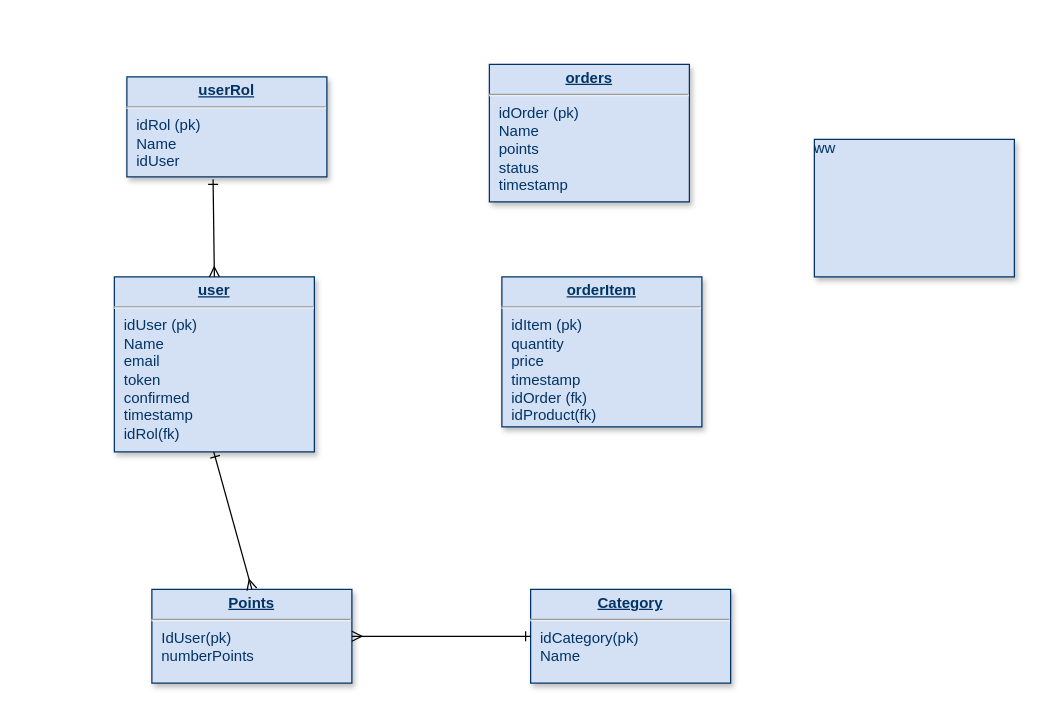
RmwormMichael/Patrones-de-dise-o keeps this draw.io diagram as Diagrama sin título.drawio. Above is the earlier version. Source tidied: cells renumbered, new cells numbered last; positions are measured from the earlier drawing's top-left corner, leaving out a move shared by most shapes. Both pictures are drawn from the tidied source at 125%, with x=0, y=0 at pixel (114, 64).
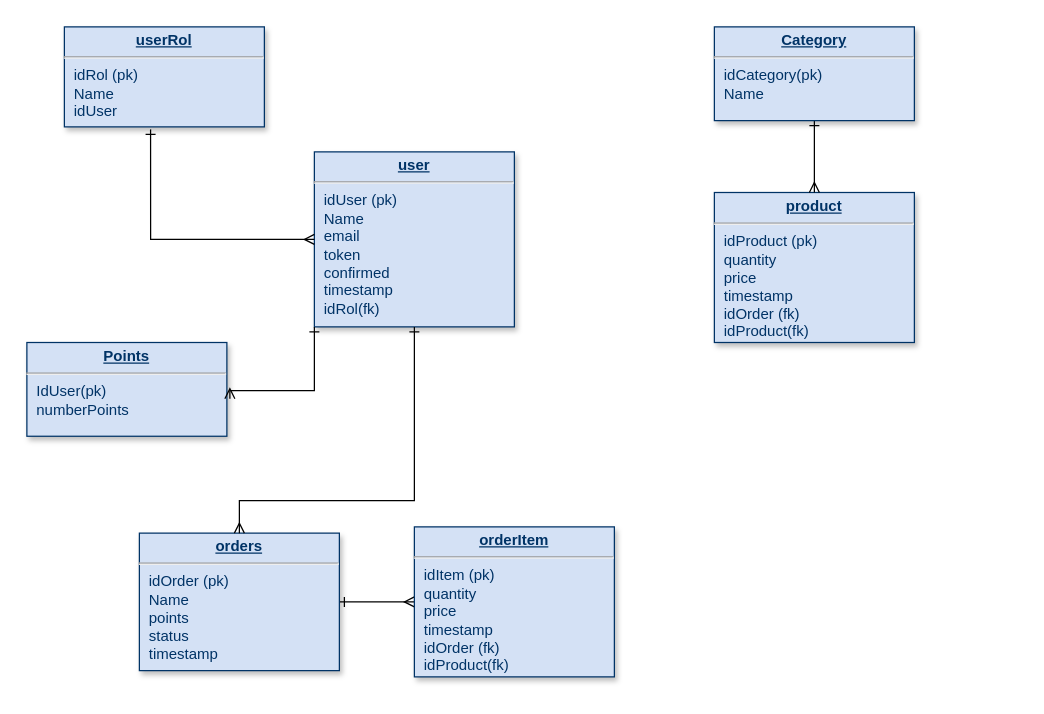
The same diagram, later.

The edit, as a diff of the source:
```diff
@@
 <mxGraphModel>
   <root>
     <mxCell id="0" />
     <mxCell id="1" parent="0" />
-    <mxCell id="2" value="&lt;p style=&quot;margin: 0px; margin-top: 4px; text-align: center; text-decoration: underline;&quot;&gt;&lt;strong&gt;Category&lt;/strong&gt;&lt;/p&gt;&lt;hr&gt;&lt;p style=&quot;margin: 0px; margin-left: 8px;&quot;&gt;idCategory&lt;span style=&quot;background-color: initial;&quot;&gt;(pk)&lt;/span&gt;&lt;/p&gt;&lt;p style=&quot;margin: 0px; margin-left: 8px;&quot;&gt;Name&lt;/p&gt;&lt;p style=&quot;margin: 0px; margin-left: 8px;&quot;&gt;&lt;br&gt;&lt;/p&gt;&lt;p style=&quot;margin: 0px; margin-left: 8px;&quot;&gt;&lt;br&gt;&lt;/p&gt;" style="verticalAlign=top;align=left;overflow=fill;fontSize=12;fontFamily=Helvetica;html=1;strokeColor=#003366;shadow=1;fillColor=#D4E1F5;fontColor=#003366;" parent="1" vertex="1">
-      <mxGeometry x="333" y="420" width="160" height="75" as="geometry" />
-    </mxCell>
     <mxCell id="3" value="&lt;p style=&quot;margin: 0px; margin-top: 4px; text-align: center; text-decoration: underline;&quot;&gt;&lt;b&gt;Points&lt;/b&gt;&lt;/p&gt;&lt;hr&gt;&lt;p style=&quot;margin: 0px; margin-left: 8px;&quot;&gt;IdUser&lt;span style=&quot;background-color: initial;&quot;&gt;(pk)&lt;/span&gt;&lt;/p&gt;&lt;p style=&quot;margin: 0px; margin-left: 8px;&quot;&gt;numberPoints&lt;/p&gt;&lt;p style=&quot;margin: 0px; margin-left: 8px;&quot;&gt;&lt;br&gt;&lt;/p&gt;" style="verticalAlign=top;align=left;overflow=fill;fontSize=12;fontFamily=Helvetica;html=1;strokeColor=#003366;shadow=1;fillColor=#D4E1F5;fontColor=#003366;" parent="1" vertex="1">
-      <mxGeometry x="30" y="420" width="160" height="75" as="geometry" />
+      <mxGeometry x="-70" y="222.5" width="160" height="75" as="geometry" />
     </mxCell>
-    <mxCell id="4" value="ww" style="verticalAlign=top;align=left;overflow=fill;fontSize=12;fontFamily=Helvetica;html=1;strokeColor=#003366;shadow=1;fillColor=#D4E1F5;fontColor=#003366;" parent="1" vertex="1">
-      <mxGeometry x="560" y="60" width="160" height="110" as="geometry" />
-    </mxCell>
-    <mxCell id="5" style="endArrow=ERone;html=1;rounded=0;entryX=0;entryY=0.5;entryDx=0;entryDy=0;exitX=1;exitY=0.5;exitDx=0;exitDy=0;startArrow=ERmany;startFill=0;endFill=0;strokeColor=default;" parent="1" edge="1" source="3" target="2">
+    <mxCell id="5" style="endArrow=ERone;html=1;rounded=0;exitX=0;exitY=0.5;exitDx=0;exitDy=0;startArrow=ERmany;startFill=0;endFill=0;strokeColor=default;entryX=1;entryY=0.5;entryDx=0;entryDy=0;" parent="1" edge="1" source="11" target="6">
       <mxGeometry relative="1" as="geometry" />
     </mxCell>
     <mxCell id="6" value="&lt;p style=&quot;margin: 0px; margin-top: 4px; text-align: center; text-decoration: underline;&quot;&gt;&lt;strong&gt;orders&lt;/strong&gt;&lt;/p&gt;&lt;hr&gt;&lt;p style=&quot;margin: 0px; margin-left: 8px;&quot;&gt;idOrder&amp;nbsp;&lt;span style=&quot;background-color: initial;&quot;&gt;(pk)&lt;/span&gt;&lt;/p&gt;&lt;p style=&quot;margin: 0px; margin-left: 8px;&quot;&gt;Name&lt;/p&gt;&lt;p style=&quot;margin: 0px; margin-left: 8px;&quot;&gt;points&lt;/p&gt;&lt;p style=&quot;margin: 0px; margin-left: 8px;&quot;&gt;status&lt;/p&gt;&lt;p style=&quot;margin: 0px; margin-left: 8px;&quot;&gt;timestamp&lt;/p&gt;&lt;p style=&quot;margin: 0px; margin-left: 8px;&quot;&gt;&lt;br&gt;&lt;/p&gt;" style="verticalAlign=top;align=left;overflow=fill;fontSize=12;fontFamily=Helvetica;html=1;strokeColor=#003366;shadow=1;fillColor=#D4E1F5;fontColor=#003366;" parent="1" vertex="1">
-      <mxGeometry x="300" width="160" height="110" as="geometry" />
+      <mxGeometry x="20" y="375" width="160" height="110" as="geometry" />
     </mxCell>
     <mxCell id="7" value="&lt;p style=&quot;margin: 0px; margin-top: 4px; text-align: center; text-decoration: underline;&quot;&gt;&lt;b&gt;userRol&lt;/b&gt;&lt;/p&gt;&lt;hr&gt;&lt;p style=&quot;margin: 0px; margin-left: 8px;&quot;&gt;idRol (pk)&lt;/p&gt;&lt;p style=&quot;margin: 0px; margin-left: 8px;&quot;&gt;Name&lt;/p&gt;&lt;p style=&quot;margin: 0px; margin-left: 8px;&quot;&gt;idUser&lt;/p&gt;&lt;p style=&quot;margin: 0px; margin-left: 8px;&quot;&gt;&lt;br&gt;&lt;/p&gt;&lt;p style=&quot;margin: 0px; margin-left: 8px;&quot;&gt;&lt;br&gt;&lt;/p&gt;" style="verticalAlign=top;align=left;overflow=fill;fontSize=12;fontFamily=Helvetica;html=1;strokeColor=#003366;shadow=1;fillColor=#D4E1F5;fontColor=#003366;" parent="1" vertex="1">
-      <mxGeometry x="10" y="10" width="160" height="80" as="geometry" />
+      <mxGeometry x="-40" y="-30" width="160" height="80" as="geometry" />
     </mxCell>
     <mxCell id="8" value="&lt;p style=&quot;margin: 0px; margin-top: 4px; text-align: center; text-decoration: underline;&quot;&gt;&lt;b&gt;user&lt;/b&gt;&lt;/p&gt;&lt;hr&gt;&lt;p style=&quot;margin: 0px; margin-left: 8px;&quot;&gt;idUser (pk)&lt;/p&gt;&lt;p style=&quot;margin: 0px; margin-left: 8px;&quot;&gt;Name&lt;/p&gt;&lt;p style=&quot;margin: 0px; margin-left: 8px;&quot;&gt;email&amp;nbsp;&lt;/p&gt;&lt;p style=&quot;margin: 0px; margin-left: 8px;&quot;&gt;token&lt;/p&gt;&lt;p style=&quot;margin: 0px; margin-left: 8px;&quot;&gt;confirmed&lt;/p&gt;&lt;p style=&quot;margin: 0px; margin-left: 8px;&quot;&gt;timestamp&lt;/p&gt;&lt;p style=&quot;margin: 0px; margin-left: 8px;&quot;&gt;idRol(fk)&lt;/p&gt;&lt;p style=&quot;margin: 0px; margin-left: 8px;&quot;&gt;&lt;br&gt;&lt;/p&gt;" style="verticalAlign=top;align=left;overflow=fill;fontSize=12;fontFamily=Helvetica;html=1;strokeColor=#003366;shadow=1;fillColor=#D4E1F5;fontColor=#003366;" parent="1" vertex="1">
-      <mxGeometry y="170" width="160" height="140" as="geometry" />
+      <mxGeometry x="160" y="70" width="160" height="140" as="geometry" />
     </mxCell>
-    <mxCell id="9" style="endArrow=ERone;html=1;rounded=0;entryX=0.431;entryY=1.025;entryDx=0;entryDy=0;exitX=0.5;exitY=0;exitDx=0;exitDy=0;startArrow=ERmany;startFill=0;endFill=0;strokeColor=default;entryPerimeter=0;" parent="1" edge="1" source="8" target="7">
+    <mxCell id="9" style="endArrow=ERone;html=1;rounded=0;entryX=0.431;entryY=1.025;entryDx=0;entryDy=0;exitX=0;exitY=0.5;exitDx=0;exitDy=0;startArrow=ERmany;startFill=0;endFill=0;strokeColor=default;entryPerimeter=0;edgeStyle=orthogonalEdgeStyle;" parent="1" edge="1" source="8" target="7">
       <mxGeometry relative="1" as="geometry" />
     </mxCell>
-    <mxCell id="10" style="endArrow=ERone;html=1;rounded=0;entryX=0.431;entryY=1.025;entryDx=0;entryDy=0;exitX=0.5;exitY=0;exitDx=0;exitDy=0;startArrow=ERmany;startFill=0;endFill=0;strokeColor=default;entryPerimeter=0;" parent="1" edge="1" source="3">
+    <mxCell id="10" style="endArrow=ERone;html=1;rounded=0;startArrow=ERmany;startFill=0;endFill=0;strokeColor=default;entryX=0.5;entryY=1;entryDx=0;entryDy=0;edgeStyle=orthogonalEdgeStyle;exitX=1.015;exitY=0.6;exitDx=0;exitDy=0;exitPerimeter=0;" parent="1" edge="1" source="3">
       <mxGeometry relative="1" as="geometry">
-        <mxPoint x="79.5" y="310" as="targetPoint" />
+        <mxPoint x="160" y="210" as="targetPoint" />
+        <Array as="points">
+          <mxPoint x="92" y="261" />
+          <mxPoint x="160" y="261" />
+        </Array>
       </mxGeometry>
     </mxCell>
     <mxCell id="11" value="&lt;p style=&quot;margin: 0px; margin-top: 4px; text-align: center; text-decoration: underline;&quot;&gt;&lt;strong&gt;orderItem&lt;/strong&gt;&lt;/p&gt;&lt;hr&gt;&lt;p style=&quot;margin: 0px; margin-left: 8px;&quot;&gt;idItem&amp;nbsp;&lt;span style=&quot;background-color: initial;&quot;&gt;(pk)&lt;/span&gt;&lt;/p&gt;&lt;p style=&quot;margin: 0px; margin-left: 8px;&quot;&gt;quantity&amp;nbsp;&lt;/p&gt;&lt;p style=&quot;margin: 0px; margin-left: 8px;&quot;&gt;price&lt;/p&gt;&lt;p style=&quot;margin: 0px; margin-left: 8px;&quot;&gt;timestamp&lt;/p&gt;&lt;p style=&quot;margin: 0px 0px 0px 8px;&quot;&gt;idOrder (fk)&lt;/p&gt;&lt;p style=&quot;margin: 0px 0px 0px 8px;&quot;&gt;idProduct(fk)&lt;/p&gt;&lt;p style=&quot;margin: 0px; margin-left: 8px;&quot;&gt;&lt;br&gt;&lt;/p&gt;" style="verticalAlign=top;align=left;overflow=fill;fontSize=12;fontFamily=Helvetica;html=1;strokeColor=#003366;shadow=1;fillColor=#D4E1F5;fontColor=#003366;" parent="1" vertex="1">
-      <mxGeometry x="310" y="170" width="160" height="120" as="geometry" />
+      <mxGeometry x="240" y="370" width="160" height="120" as="geometry" />
     </mxCell>
+    <mxCell id="12" value="&lt;p style=&quot;margin: 0px; margin-top: 4px; text-align: center; text-decoration: underline;&quot;&gt;&lt;b&gt;product&lt;/b&gt;&lt;/p&gt;&lt;hr&gt;&lt;p style=&quot;margin: 0px; margin-left: 8px;&quot;&gt;idProduct&amp;nbsp;&lt;span style=&quot;background-color: initial;&quot;&gt;(pk)&lt;/span&gt;&lt;/p&gt;&lt;p style=&quot;margin: 0px; margin-left: 8px;&quot;&gt;quantity&amp;nbsp;&lt;/p&gt;&lt;p style=&quot;margin: 0px; margin-left: 8px;&quot;&gt;price&lt;/p&gt;&lt;p style=&quot;margin: 0px; margin-left: 8px;&quot;&gt;timestamp&lt;/p&gt;&lt;p style=&quot;margin: 0px 0px 0px 8px;&quot;&gt;idOrder (fk)&lt;/p&gt;&lt;p style=&quot;margin: 0px 0px 0px 8px;&quot;&gt;idProduct(fk)&lt;/p&gt;&lt;p style=&quot;margin: 0px; margin-left: 8px;&quot;&gt;&lt;br&gt;&lt;/p&gt;" style="verticalAlign=top;align=left;overflow=fill;fontSize=12;fontFamily=Helvetica;html=1;strokeColor=#003366;shadow=1;fillColor=#D4E1F5;fontColor=#003366;" parent="1" vertex="1">
+      <mxGeometry x="480" y="102.5" width="160" height="120" as="geometry" />
+    </mxCell>
+    <mxCell id="13" style="endArrow=ERone;html=1;rounded=0;exitX=0.5;exitY=0;exitDx=0;exitDy=0;startArrow=ERmany;startFill=0;endFill=0;strokeColor=default;" parent="1" edge="1" source="12" target="2">
+      <mxGeometry relative="1" as="geometry" />
+    </mxCell>
+    <mxCell id="2" value="&lt;p style=&quot;margin: 0px; margin-top: 4px; text-align: center; text-decoration: underline;&quot;&gt;&lt;strong&gt;Category&lt;/strong&gt;&lt;/p&gt;&lt;hr&gt;&lt;p style=&quot;margin: 0px; margin-left: 8px;&quot;&gt;idCategory&lt;span style=&quot;background-color: initial;&quot;&gt;(pk)&lt;/span&gt;&lt;/p&gt;&lt;p style=&quot;margin: 0px; margin-left: 8px;&quot;&gt;Name&lt;/p&gt;&lt;p style=&quot;margin: 0px; margin-left: 8px;&quot;&gt;&lt;br&gt;&lt;/p&gt;&lt;p style=&quot;margin: 0px; margin-left: 8px;&quot;&gt;&lt;br&gt;&lt;/p&gt;" style="verticalAlign=top;align=left;overflow=fill;fontSize=12;fontFamily=Helvetica;html=1;strokeColor=#003366;shadow=1;fillColor=#D4E1F5;fontColor=#003366;" parent="1" vertex="1">
+      <mxGeometry x="480" y="-30" width="160" height="75" as="geometry" />
+    </mxCell>
+    <mxCell id="14" style="endArrow=ERone;html=1;rounded=0;startArrow=ERmany;startFill=0;endFill=0;strokeColor=default;edgeStyle=orthogonalEdgeStyle;exitX=0.5;exitY=0;exitDx=0;exitDy=0;entryX=0.5;entryY=1;entryDx=0;entryDy=0;" parent="1" edge="1" source="6" target="8">
+      <mxGeometry relative="1" as="geometry">
+        <Array as="points">
+          <mxPoint x="100" y="349" />
+          <mxPoint x="240" y="349" />
+        </Array>
+      </mxGeometry>
+    </mxCell>
   </root>
 </mxGraphModel>
```
